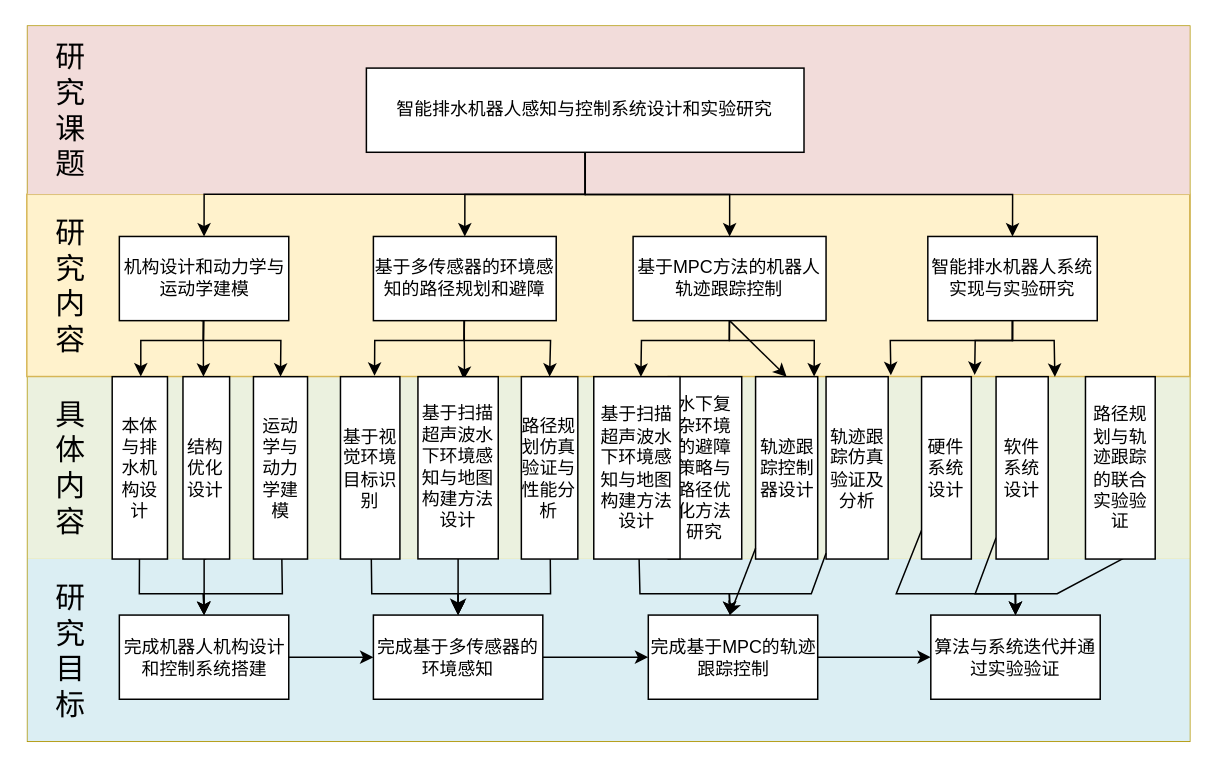
This is lcy.drawio from lcy958756276-dev/my_llm_training, a draw.io file, before an edit. Source tidied: cells renumbered, new cells numbered last; positions are measured from the earlier drawing's top-left corner, leaving out a move shared by most shapes. Both pictures are drawn from the tidied source at 149%, with x=0, y=0 at pixel (25, 25).
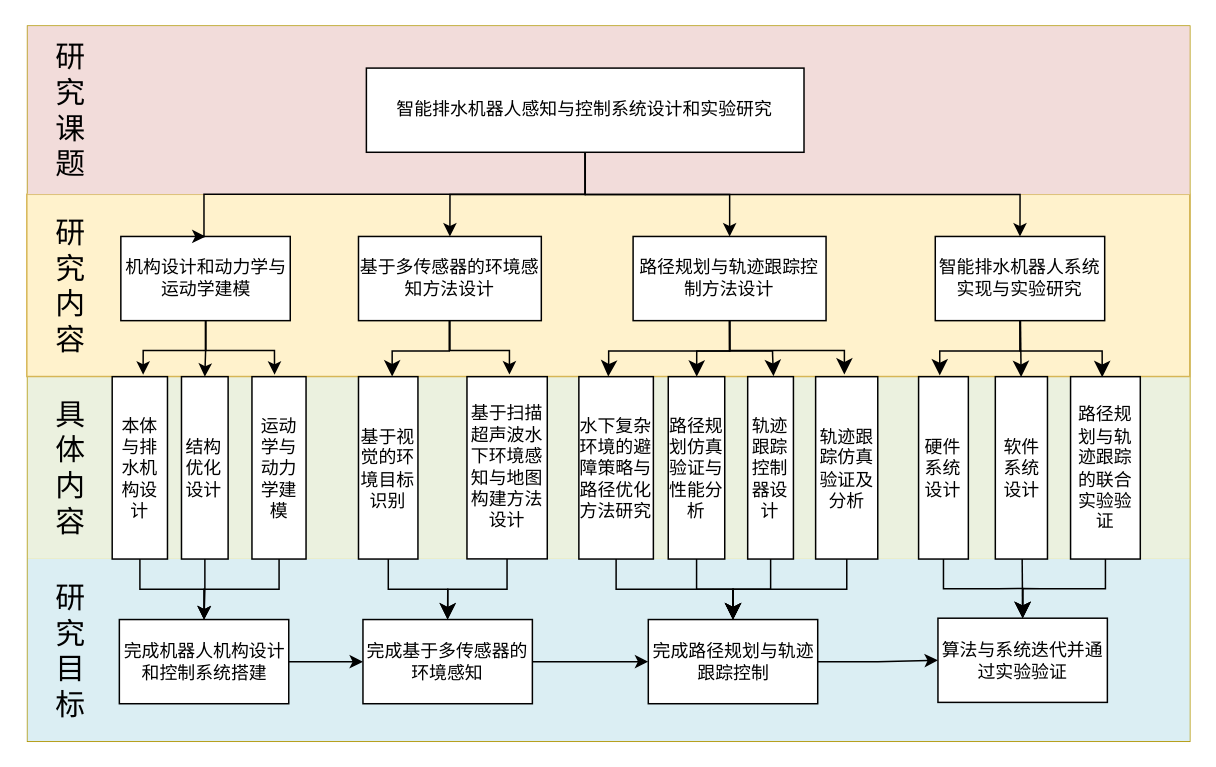
Above is the later version.

Unchanged cells that the change refers to:
```xml
<mxCell id="2" style="group;fillColor=#e3c800;fontColor=#000000;strokeColor=#B09500;" parent="1" vertex="1">
  <mxGeometry x="1" width="780" height="480" as="geometry" />
</mxCell>
<mxCell id="5" style="rounded=0;whiteSpace=wrap;html=1;fillColor=#fff2cc;strokeColor=#d6b656;" parent="2" vertex="1">
  <mxGeometry x="-0.5" y="112.9" width="780.5" height="122.3" as="geometry" />
</mxCell>
<mxCell id="12" value="本体与排水机构设计" style="rounded=0;whiteSpace=wrap;html=1;fontFamily=宋体;" parent="2" vertex="1">
  <mxGeometry x="56.8" y="235.3" width="37.1" height="122.4" as="geometry" />
</mxCell>
```

What changed in the source:
```diff
@@
-    <mxCell id="7" style="edgeStyle=orthogonalEdgeStyle;rounded=0;orthogonalLoop=1;jettySize=auto;html=1;entryX=0.5;entryY=0;entryDx=0;entryDy=0;" parent="2" edge="1">
-      <mxGeometry relative="1" as="geometry">
-        <mxPoint x="116.4" y="197.6" as="sourcePoint" />
-        <mxPoint x="118" y="235.3" as="targetPoint" />
-        <Array as="points">
-          <mxPoint x="118" y="198" />
-        </Array>
-      </mxGeometry>
-    </mxCell>
+    <mxCell id="64" style="edgeStyle=orthogonalEdgeStyle;rounded=0;jettySize=auto;html=1;entryX=0.5;entryY=0;entryDx=0;entryDy=0;" parent="2" edge="1" source="8" target="10">
+      <mxGeometry relative="1" as="geometry" />
+    </mxCell>
     <mxCell id="8" value="&lt;span&gt;&lt;span&gt;&lt;span style=&quot;&quot; class=&quot;citation-511&quot;&gt;机构设计和动力学与运动学建模&lt;/span&gt;&lt;/span&gt;&lt;/span&gt;" style="rounded=0;whiteSpace=wrap;html=1;fontFamily=宋体;" parent="2" vertex="1">
-      <mxGeometry x="61.6" y="141.2" width="113.7" height="56.5" as="geometry" />
+      <mxGeometry x="62.6" y="141.2" width="113.7" height="56.5" as="geometry" />
     </mxCell>
-    <mxCell id="9" style="edgeStyle=orthogonalEdgeStyle;rounded=0;jettySize=auto;html=1;exitX=0.5;exitY=1;exitDx=0;exitDy=0;" parent="2" edge="1" source="10">
-      <mxGeometry relative="1" as="geometry">
-        <mxPoint x="118.5" y="395.3" as="targetPoint" />
-      </mxGeometry>
-    </mxCell>
+    <mxCell id="65" style="edgeStyle=orthogonalEdgeStyle;rounded=0;jettySize=auto;html=1;entryX=0.5;entryY=0;entryDx=0;entryDy=0;" parent="2" edge="1" source="10" target="36">
+      <mxGeometry relative="1" as="geometry" />
+    </mxCell>
     <mxCell id="10" value="结构优化设计" style="rounded=0;whiteSpace=wrap;html=1;fontFamily=宋体;" parent="2" vertex="1">
-      <mxGeometry x="104.3" y="235.3" width="31.3" height="122.4" as="geometry" />
+      <mxGeometry x="103.3" y="235.3" width="31.3" height="122.4" as="geometry" />
     </mxCell>
-    <mxCell id="11" style="edgeStyle=none;rounded=0;jettySize=auto;html=1;entryX=0.5;entryY=0;entryDx=0;entryDy=0;elbow=vertical;" parent="2" edge="1" source="12" target="36">
-      <mxGeometry relative="1" as="geometry">
-        <Array as="points">
-          <mxPoint x="75" y="381" />
-          <mxPoint x="118" y="381" />
-        </Array>
-      </mxGeometry>
+    <mxCell id="11" style="edgeStyle=orthogonalEdgeStyle;rounded=0;jettySize=auto;html=1;entryX=0.5;entryY=0;entryDx=0;entryDy=0;" parent="2" edge="1" source="12" target="36">
+      <mxGeometry relative="1" as="geometry" />
     </mxCell>
@@
-    <mxCell id="13" style="edgeStyle=none;rounded=0;jettySize=auto;html=1;entryX=0.5;entryY=0;entryDx=0;entryDy=0;elbow=vertical;" parent="2" edge="1" source="14" target="36">
-      <mxGeometry relative="1" as="geometry">
-        <Array as="points">
-          <mxPoint x="171" y="381" />
-          <mxPoint x="118" y="381" />
-        </Array>
-      </mxGeometry>
+    <mxCell id="13" style="edgeStyle=orthogonalEdgeStyle;rounded=0;jettySize=auto;html=1;entryX=0.5;entryY=0;entryDx=0;entryDy=0;" parent="2" edge="1" source="14" target="36">
+      <mxGeometry relative="1" as="geometry" />
     </mxCell>
     <mxCell id="14" value="运动学与动力学建模" style="rounded=0;whiteSpace=wrap;html=1;fontFamily=宋体;" parent="2" vertex="1">
-      <mxGeometry x="151.6" y="235.3" width="36.3" height="122.4" as="geometry" />
+      <mxGeometry x="150.6" y="235.3" width="36.3" height="122.4" as="geometry" />
     </mxCell>
-    <mxCell id="15" style="edgeStyle=orthogonalEdgeStyle;rounded=0;orthogonalLoop=1;jettySize=auto;html=1;entryX=0.408;entryY=1.016;entryDx=0;entryDy=0;entryPerimeter=0;" parent="2" edge="1">
-      <mxGeometry relative="1" as="geometry">
-        <mxPoint x="293.1" y="190" as="sourcePoint" />
-        <mxPoint x="292.7" y="237.3" as="targetPoint" />
-        <Array as="points">
-          <mxPoint x="293.2" y="210" />
-          <mxPoint x="293.2" y="210" />
-          <mxPoint x="293.2" y="229" />
-          <mxPoint x="293.2" y="229" />
-        </Array>
-      </mxGeometry>
-    </mxCell>
-    <mxCell id="16" style="edgeStyle=none;rounded=0;jettySize=auto;html=1;entryX=0.5;entryY=0;entryDx=0;entryDy=0;elbow=vertical;" parent="2" edge="1" source="17" target="22">
-      <mxGeometry relative="1" as="geometry">
-        <Array as="points">
-          <mxPoint x="293" y="211" />
-          <mxPoint x="351" y="211" />
-        </Array>
-      </mxGeometry>
-    </mxCell>
-    <mxCell id="17" value="基于多传感器的环境感知的路径规划和避障" style="rounded=0;whiteSpace=wrap;html=1;fontFamily=宋体;" parent="2" vertex="1">
-      <mxGeometry x="232.1" y="141.2" width="122.7" height="56.5" as="geometry" />
+    <mxCell id="17" value="基于多传感器的环境感知方法设计" style="rounded=0;whiteSpace=wrap;html=1;fontFamily=宋体;" parent="2" vertex="1">
+      <mxGeometry x="222.1" y="141.2" width="122.7" height="56.5" as="geometry" />
     </mxCell>
-    <mxCell id="18" value="水下复杂环境的避障策略与路径优化方法研究" style="rounded=0;whiteSpace=wrap;html=1;fontFamily=宋体;" parent="2" vertex="1">
-      <mxGeometry x="430" y="235.3" width="49.3" height="122.4" as="geometry" />
-    </mxCell>
-    <mxCell id="19" style="edgeStyle=none;rounded=0;jettySize=auto;html=1;entryX=0.5;entryY=0;entryDx=0;entryDy=0;elbow=vertical;" parent="2" edge="1" source="20" target="38">
-      <mxGeometry relative="1" as="geometry">
-        <Array as="points">
-          <mxPoint x="231" y="381" />
-          <mxPoint x="289" y="381" />
-        </Array>
-      </mxGeometry>
+    <mxCell id="19" style="edgeStyle=orthogonalEdgeStyle;rounded=0;jettySize=auto;html=1;entryX=0.5;entryY=0;entryDx=0;entryDy=0;fontSize=12;startSize=8;endSize=8;" parent="2" edge="1" source="20" target="38">
+      <mxGeometry relative="1" as="geometry" />
     </mxCell>
-    <mxCell id="20" value="基于视觉环境目标识别" style="rounded=0;whiteSpace=wrap;html=1;fontFamily=宋体;" parent="2" vertex="1">
-      <mxGeometry x="210" y="235.3" width="39.9" height="122.4" as="geometry" />
+    <mxCell id="20" value="基于视觉的环境目标识别" style="rounded=0;whiteSpace=wrap;html=1;fontFamily=宋体;" parent="2" vertex="1">
+      <mxGeometry x="222.1" y="235.3" width="39.9" height="122.4" as="geometry" />
     </mxCell>
-    <mxCell id="21" style="edgeStyle=none;rounded=0;jettySize=auto;html=1;entryX=0.5;entryY=0;entryDx=0;entryDy=0;elbow=vertical;" parent="2" edge="1" source="22" target="38">
-      <mxGeometry relative="1" as="geometry">
-        <Array as="points">
-          <mxPoint x="351" y="381" />
-          <mxPoint x="289" y="381" />
-        </Array>
-      </mxGeometry>
-    </mxCell>
-    <mxCell id="22" value="路径规划仿真验证与性能分析" style="rounded=0;whiteSpace=wrap;html=1;fontFamily=宋体;" parent="2" vertex="1">
-      <mxGeometry x="331.4" y="235.3" width="37.9" height="122.4" as="geometry" />
-    </mxCell>
+    <mxCell id="66" style="edgeStyle=orthogonalEdgeStyle;rounded=0;jettySize=auto;html=1;entryX=0.5;entryY=1;entryDx=0;entryDy=0;fontSize=12;startSize=8;endSize=8;" parent="2" edge="1" source="23" target="5">
+      <mxGeometry relative="1" as="geometry">
+        <Array as="points">
+          <mxPoint x="471" y="218" />
+          <mxPoint x="390" y="218" />
+          <mxPoint x="390" y="230" />
+        </Array>
+      </mxGeometry>
+    </mxCell>
-    <mxCell id="23" value="基于MPC方法的机器人轨迹跟踪控制" style="rounded=0;whiteSpace=wrap;html=1;fontFamily=宋体;" parent="2" vertex="1">
+    <mxCell id="23" value="路径规划与轨迹跟踪控制方法设计" style="rounded=0;whiteSpace=wrap;html=1;fontFamily=宋体;" parent="2" vertex="1">
       <mxGeometry x="406.4" y="141.2" width="129.5" height="56.5" as="geometry" />
     </mxCell>
+    <mxCell id="53" style="edgeStyle=orthogonalEdgeStyle;rounded=0;jettySize=auto;html=1;entryX=0.5;entryY=0;entryDx=0;entryDy=0;fontSize=12;startSize=8;endSize=8;" parent="2" edge="1" source="24" target="40">
+      <mxGeometry relative="1" as="geometry" />
+    </mxCell>
     <mxCell id="24" value="轨迹跟踪控制器设计" style="rounded=0;whiteSpace=wrap;html=1;fontFamily=宋体;" parent="2" vertex="1">
-      <mxGeometry x="488.6" y="235.3" width="41.7" height="122.4" as="geometry" />
+      <mxGeometry x="483.3" y="235.3" width="30.7" height="122.4" as="geometry" />
     </mxCell>
-    <mxCell id="25" style="edgeStyle=none;rounded=0;jettySize=auto;html=1;entryX=0.483;entryY=-0.002;entryDx=0;entryDy=0;elbow=vertical;entryPerimeter=0;" parent="2" edge="1" source="26" target="40">
-      <mxGeometry relative="1" as="geometry">
-        <Array as="points">
-          <mxPoint x="411" y="381" />
-          <mxPoint x="471" y="381" />
-        </Array>
-      </mxGeometry>
+    <mxCell id="25" style="edgeStyle=orthogonalEdgeStyle;rounded=0;jettySize=auto;html=1;entryX=0.5;entryY=0;entryDx=0;entryDy=0;fontSize=12;startSize=8;endSize=8;" parent="2" edge="1" source="26" target="40">
+      <mxGeometry relative="1" as="geometry" />
     </mxCell>
-    <mxCell id="26" value="基于扫描超声波水下环境感知与地图构建方法设计" style="rounded=0;whiteSpace=wrap;html=1;fontFamily=宋体;" parent="2" vertex="1">
-      <mxGeometry x="380" y="235.3" width="57.9" height="122.4" as="geometry" />
+    <mxCell id="26" value="水下复杂环境的避障策略与路径优化方法研究" style="rounded=0;whiteSpace=wrap;html=1;fontFamily=宋体;" parent="2" vertex="1">
+      <mxGeometry x="370" y="235.3" width="50" height="122.4" as="geometry" />
     </mxCell>
-    <mxCell id="27" style="edgeStyle=none;rounded=0;jettySize=auto;html=1;entryX=0.743;entryY=0.993;entryDx=0;entryDy=0;elbow=vertical;entryPerimeter=0;" parent="2" edge="1" source="28" target="5">
-      <mxGeometry relative="1" as="geometry">
-        <Array as="points">
-          <mxPoint x="661" y="211" />
-          <mxPoint x="579" y="211" />
-        </Array>
-      </mxGeometry>
-    </mxCell>
     <mxCell id="28" value="智能排水机器人系统实现与实验研究" style="rounded=0;whiteSpace=wrap;html=1;fontFamily=宋体;" parent="2" vertex="1">
-      <mxGeometry x="604.2" y="141.2" width="113.7" height="56.5" as="geometry" />
+      <mxGeometry x="609.2" y="141.2" width="113.7" height="56.5" as="geometry" />
     </mxCell>
-    <mxCell id="29" style="edgeStyle=none;rounded=0;jettySize=auto;html=1;entryX=0.5;entryY=0;entryDx=0;entryDy=0;elbow=vertical;" parent="2" edge="1" source="30" target="41">
-      <mxGeometry relative="1" as="geometry">
-        <Array as="points">
-          <mxPoint x="636" y="381" />
-          <mxPoint x="663" y="381" />
-        </Array>
-      </mxGeometry>
+    <mxCell id="29" style="edgeStyle=none;curved=1;rounded=0;jettySize=auto;html=1;entryX=0.5;entryY=0;entryDx=0;entryDy=0;fontSize=12;startSize=8;endSize=8;" parent="2" edge="1" source="30" target="41">
+      <mxGeometry relative="1" as="geometry" />
     </mxCell>
     <mxCell id="30" value="软件系统设计" style="rounded=0;whiteSpace=wrap;html=1;fontFamily=宋体;" parent="2" vertex="1">
-      <mxGeometry x="650" y="235.3" width="35" height="122.4" as="geometry" />
+      <mxGeometry x="649.5" y="235.3" width="35" height="122.4" as="geometry" />
     </mxCell>
-    <mxCell id="31" style="edgeStyle=none;rounded=0;jettySize=auto;html=1;entryX=0.5;entryY=0;entryDx=0;entryDy=0;elbow=vertical;" parent="2" edge="1" source="32" target="41">
-      <mxGeometry relative="1" as="geometry">
-        <Array as="points">
-          <mxPoint x="583" y="381" />
-          <mxPoint x="663" y="381" />
-        </Array>
-      </mxGeometry>
+    <mxCell id="31" style="edgeStyle=orthogonalEdgeStyle;rounded=0;jettySize=auto;html=1;entryX=0.5;entryY=0;entryDx=0;entryDy=0;fontSize=12;startSize=8;endSize=8;" parent="2" edge="1" source="32" target="41">
+      <mxGeometry relative="1" as="geometry" />
     </mxCell>
     <mxCell id="32" value="硬件系统设计" style="rounded=0;whiteSpace=wrap;html=1;fontFamily=宋体;" parent="2" vertex="1">
-      <mxGeometry x="600" y="235.3" width="33.4" height="122.4" as="geometry" />
+      <mxGeometry x="598" y="235.3" width="33.4" height="122.4" as="geometry" />
     </mxCell>
-    <mxCell id="33" style="edgeStyle=none;rounded=0;jettySize=auto;html=1;entryX=0.5;entryY=0;entryDx=0;entryDy=0;elbow=vertical;exitX=0.565;exitY=0.992;exitDx=0;exitDy=0;exitPerimeter=0;" parent="2" edge="1" source="34" target="41">
-      <mxGeometry relative="1" as="geometry">
-        <Array as="points">
-          <mxPoint x="691" y="381" />
-          <mxPoint x="663" y="381" />
-        </Array>
-      </mxGeometry>
+    <mxCell id="33" style="edgeStyle=orthogonalEdgeStyle;rounded=0;jettySize=auto;html=1;entryX=0.5;entryY=0;entryDx=0;entryDy=0;fontSize=12;startSize=8;endSize=8;" parent="2" edge="1" source="34" target="41">
+      <mxGeometry relative="1" as="geometry" />
     </mxCell>
     <mxCell id="34" value="路径规划与轨迹跟踪的联合实验验证" style="rounded=0;whiteSpace=wrap;html=1;fontFamily=宋体;" parent="2" vertex="1">
-      <mxGeometry x="710" y="235.3" width="46.8" height="122.4" as="geometry" />
+      <mxGeometry x="700" y="235.3" width="46.8" height="122.4" as="geometry" />
     </mxCell>
@@
     <mxCell id="36" value="完成机器人机构设计和控制系统搭建" style="rounded=0;whiteSpace=wrap;html=1;fontFamily=宋体;" parent="2" vertex="1">
-      <mxGeometry x="61.6" y="395.3" width="113.7" height="56.5" as="geometry" />
+      <mxGeometry x="61.6" y="398.3" width="113.7" height="56.5" as="geometry" />
     </mxCell>
@@
     <mxCell id="38" value="完成基于多传感器的环境感知" style="rounded=0;whiteSpace=wrap;html=1;fontFamily=宋体;" parent="2" vertex="1">
-      <mxGeometry x="232.1" y="395.3" width="113.7" height="56.5" as="geometry" />
+      <mxGeometry x="225.1" y="398.3" width="113.7" height="56.5" as="geometry" />
     </mxCell>
@@
-    <mxCell id="40" value="完成基于MPC的轨迹跟踪控制" style="rounded=0;whiteSpace=wrap;html=1;fontFamily=宋体;" parent="2" vertex="1">
-      <mxGeometry x="416.6" y="395.3" width="113.7" height="56.5" as="geometry" />
+    <mxCell id="40" value="完成路径规划与轨迹跟踪控制" style="rounded=0;whiteSpace=wrap;html=1;fontFamily=宋体;" parent="2" vertex="1">
+      <mxGeometry x="416.6" y="398.3" width="113.7" height="56.5" as="geometry" />
     </mxCell>
     <mxCell id="41" value="算法与系统迭代并通过实验验证" style="rounded=0;whiteSpace=wrap;html=1;fontFamily=宋体;" parent="2" vertex="1">
-      <mxGeometry x="606.2" y="395.3" width="113.7" height="56.5" as="geometry" />
+      <mxGeometry x="611" y="397.4" width="113.7" height="56.5" as="geometry" />
     </mxCell>
@@
+    <mxCell id="54" style="edgeStyle=orthogonalEdgeStyle;rounded=0;jettySize=auto;html=1;entryX=0.5;entryY=0;entryDx=0;entryDy=0;fontSize=12;startSize=8;endSize=8;" parent="2" edge="1" source="51" target="40">
+      <mxGeometry relative="1" as="geometry" />
+    </mxCell>
     <mxCell id="51" value="轨迹跟踪仿真验证及分析" style="rounded=0;whiteSpace=wrap;html=1;fontFamily=宋体;" parent="2" vertex="1">
-      <mxGeometry x="535.9" y="235.3" width="41.7" height="122.4" as="geometry" />
+      <mxGeometry x="528.9" y="235.3" width="41.7" height="122.4" as="geometry" />
     </mxCell>
-    <mxCell id="52" style="endArrow=classic;html=1;rounded=0;exitX=0.5;exitY=1;exitDx=0;exitDy=0;entryX=0.5;entryY=0;entryDx=0;entryDy=0;" parent="2" edge="1" source="23" target="24">
-      <mxGeometry relative="1" as="geometry" />
-    </mxCell>
-    <mxCell id="53" style="edgeStyle=none;rounded=0;jettySize=auto;html=1;entryX=0.48;entryY=0.003;entryDx=0;entryDy=0;entryPerimeter=0;elbow=vertical;" parent="2" edge="1" source="24" target="40">
-      <mxGeometry relative="1" as="geometry" />
-    </mxCell>
-    <mxCell id="54" style="edgeStyle=none;rounded=0;jettySize=auto;html=1;entryX=0.482;entryY=-0.002;entryDx=0;entryDy=0;entryPerimeter=0;elbow=vertical;" parent="2" edge="1" source="51" target="40">
-      <mxGeometry relative="1" as="geometry">
-        <Array as="points">
-          <mxPoint x="526" y="381" />
-          <mxPoint x="471" y="381" />
-        </Array>
-      </mxGeometry>
-    </mxCell>
-    <mxCell id="55" style="edgeStyle=none;rounded=0;jettySize=auto;html=1;entryX=0.528;entryY=1.002;entryDx=0;entryDy=0;entryPerimeter=0;elbow=vertical;" parent="2" edge="1" source="23" target="5">
-      <mxGeometry relative="1" as="geometry">
-        <Array as="points">
-          <mxPoint x="471" y="211" />
-          <mxPoint x="412" y="211" />
-        </Array>
-      </mxGeometry>
-    </mxCell>
-    <mxCell id="56" style="edgeStyle=none;rounded=0;jettySize=auto;html=1;entryX=0.677;entryY=1;entryDx=0;entryDy=0;entryPerimeter=0;elbow=vertical;" parent="2" edge="1" source="23" target="5">
-      <mxGeometry relative="1" as="geometry">
-        <Array as="points">
-          <mxPoint x="471" y="211" />
-          <mxPoint x="528" y="211" />
-        </Array>
-      </mxGeometry>
-    </mxCell>
-    <mxCell id="57" style="edgeStyle=none;rounded=0;jettySize=auto;html=1;entryX=0.098;entryY=1;entryDx=0;entryDy=0;entryPerimeter=0;elbow=vertical;" parent="2" edge="1" source="8" target="5">
-      <mxGeometry relative="1" as="geometry">
-        <Array as="points">
-          <mxPoint x="118" y="211" />
-          <mxPoint x="76" y="211" />
-        </Array>
-      </mxGeometry>
-    </mxCell>
-    <mxCell id="58" style="edgeStyle=none;rounded=0;jettySize=auto;html=1;entryX=0.5;entryY=0;entryDx=0;entryDy=0;elbow=vertical;" parent="2" edge="1" source="8" target="14">
-      <mxGeometry relative="1" as="geometry">
-        <Array as="points">
-          <mxPoint x="118" y="211" />
-          <mxPoint x="170" y="211" />
-        </Array>
-      </mxGeometry>
-    </mxCell>
-    <mxCell id="59" style="edgeStyle=none;rounded=0;jettySize=auto;html=1;entryX=0.299;entryY=0.996;entryDx=0;entryDy=0;entryPerimeter=0;elbow=vertical;" parent="2" edge="1" source="17" target="5">
-      <mxGeometry relative="1" as="geometry">
-        <Array as="points">
-          <mxPoint x="293" y="211" />
-          <mxPoint x="233" y="211" />
-        </Array>
-      </mxGeometry>
-    </mxCell>
-    <mxCell id="60" style="edgeStyle=none;rounded=0;jettySize=auto;html=1;entryX=0.815;entryY=0.991;entryDx=0;entryDy=0;entryPerimeter=0;elbow=vertical;" parent="2" edge="1" source="28" target="5">
-      <mxGeometry relative="1" as="geometry">
-        <Array as="points">
-          <mxPoint x="661" y="211" />
-          <mxPoint x="636" y="211" />
-        </Array>
-      </mxGeometry>
-    </mxCell>
-    <mxCell id="61" style="edgeStyle=none;rounded=0;jettySize=auto;html=1;entryX=0.884;entryY=1.002;entryDx=0;entryDy=0;entryPerimeter=0;elbow=vertical;" parent="2" edge="1" source="28" target="5">
-      <mxGeometry relative="1" as="geometry">
-        <Array as="points">
-          <mxPoint x="661" y="211" />
-          <mxPoint x="689" y="211" />
-        </Array>
-      </mxGeometry>
-    </mxCell>
-    <mxCell id="62" style="edgeStyle=none;curved=1;rounded=0;jettySize=auto;html=1;fontSize=12;startSize=8;endSize=8;" parent="2" edge="1" source="63" target="38">
+    <mxCell id="62" style="edgeStyle=orthogonalEdgeStyle;rounded=0;jettySize=auto;html=1;entryX=0.5;entryY=0;entryDx=0;entryDy=0;fontSize=12;startSize=8;endSize=8;" parent="2" edge="1" source="63" target="38">
       <mxGeometry relative="1" as="geometry" />
     </mxCell>
     <mxCell id="63" value="基于扫描超声波水下环境感知与地图构建方法设计" style="rounded=0;whiteSpace=wrap;html=1;fontFamily=宋体;" parent="2" vertex="1">
-      <mxGeometry x="262" y="235.3" width="53.9" height="122.3" as="geometry" />
+      <mxGeometry x="294.9" y="235.3" width="53.9" height="122.3" as="geometry" />
     </mxCell>
+    <mxCell id="67" style="edgeStyle=orthogonalEdgeStyle;rounded=0;orthogonalLoop=1;jettySize=auto;html=1;entryX=0.327;entryY=0.999;entryDx=0;entryDy=0;entryPerimeter=0;fontSize=12;startSize=8;endSize=8;" parent="2" edge="1">
+      <mxGeometry relative="1" as="geometry">
+        <mxPoint x="283" y="197.6" as="sourcePoint" />
+        <mxPoint x="244.7" y="235.2" as="targetPoint" />
+        <Array as="points">
+          <mxPoint x="283" y="218" />
+          <mxPoint x="245" y="218" />
+        </Array>
+      </mxGeometry>
+    </mxCell>
+    <mxCell id="68" style="edgeStyle=orthogonalEdgeStyle;rounded=0;jettySize=auto;html=1;entryX=0.5;entryY=0;entryDx=0;entryDy=0;fontSize=12;startSize=8;endSize=8;" parent="2" edge="1" source="22" target="40">
+      <mxGeometry relative="1" as="geometry" />
+    </mxCell>
+    <mxCell id="22" value="路径规划仿真验证与性能分析" style="rounded=0;whiteSpace=wrap;html=1;fontFamily=宋体;" parent="2" vertex="1">
+      <mxGeometry x="430" y="235.3" width="37.9" height="122.4" as="geometry" />
+    </mxCell>
+    <mxCell id="69" style="edgeStyle=orthogonalEdgeStyle;rounded=0;jettySize=auto;html=1;entryX=0.576;entryY=1.001;entryDx=0;entryDy=0;entryPerimeter=0;fontSize=12;startSize=8;endSize=8;exitX=0.5;exitY=1;exitDx=0;exitDy=0;" parent="2" edge="1" source="23" target="5">
+      <mxGeometry relative="1" as="geometry">
+        <Array as="points">
+          <mxPoint x="471" y="218" />
+          <mxPoint x="449" y="218" />
+        </Array>
+      </mxGeometry>
+    </mxCell>
+    <mxCell id="70" style="edgeStyle=orthogonalEdgeStyle;rounded=0;jettySize=auto;html=1;entryX=0.642;entryY=0.998;entryDx=0;entryDy=0;entryPerimeter=0;fontSize=12;startSize=8;endSize=8;exitX=0.5;exitY=1;exitDx=0;exitDy=0;" parent="2" edge="1" source="23" target="5">
+      <mxGeometry relative="1" as="geometry">
+        <Array as="points">
+          <mxPoint x="471" y="218" />
+          <mxPoint x="500" y="218" />
+          <mxPoint x="500" y="220" />
+          <mxPoint x="501" y="220" />
+        </Array>
+      </mxGeometry>
+    </mxCell>
+    <mxCell id="71" style="edgeStyle=orthogonalEdgeStyle;rounded=0;jettySize=auto;html=1;entryX=0.703;entryY=0.989;entryDx=0;entryDy=0;entryPerimeter=0;fontSize=12;startSize=8;endSize=8;exitX=0.5;exitY=1;exitDx=0;exitDy=0;" parent="2" edge="1" source="23" target="5">
+      <mxGeometry relative="1" as="geometry" />
+    </mxCell>
+    <mxCell id="72" style="edgeStyle=orthogonalEdgeStyle;rounded=0;jettySize=auto;html=1;entryX=0.785;entryY=0.994;entryDx=0;entryDy=0;entryPerimeter=0;fontSize=12;startSize=8;endSize=8;exitX=0.5;exitY=1;exitDx=0;exitDy=0;" parent="2" edge="1" source="28" target="5">
+      <mxGeometry relative="1" as="geometry">
+        <Array as="points">
+          <mxPoint x="666" y="218" />
+          <mxPoint x="612" y="218" />
+        </Array>
+      </mxGeometry>
+    </mxCell>
+    <mxCell id="73" style="edgeStyle=none;curved=1;rounded=0;jettySize=auto;html=1;entryX=0.855;entryY=1.003;entryDx=0;entryDy=0;entryPerimeter=0;fontSize=12;startSize=8;endSize=8;" parent="2" edge="1" source="28" target="5">
+      <mxGeometry relative="1" as="geometry" />
+    </mxCell>
+    <mxCell id="74" style="edgeStyle=orthogonalEdgeStyle;rounded=0;jettySize=auto;html=1;entryX=0.454;entryY=0.003;entryDx=0;entryDy=0;entryPerimeter=0;fontSize=12;startSize=8;endSize=8;exitX=0.5;exitY=1;exitDx=0;exitDy=0;" parent="2" edge="1" source="28" target="34">
+      <mxGeometry relative="1" as="geometry">
+        <Array as="points">
+          <mxPoint x="666" y="218" />
+          <mxPoint x="721" y="218" />
+        </Array>
+      </mxGeometry>
+    </mxCell>
+    <mxCell id="59" style="edgeStyle=orthogonalEdgeStyle;rounded=0;jettySize=auto;html=1;entryX=0.415;entryY=0.989;entryDx=0;entryDy=0;entryPerimeter=0;" parent="2" edge="1" source="17" target="5">
+      <mxGeometry relative="1" as="geometry" />
+    </mxCell>
+    <mxCell id="75" style="edgeStyle=orthogonalEdgeStyle;rounded=0;jettySize=auto;html=1;entryX=0.1;entryY=0.99;entryDx=0;entryDy=0;entryPerimeter=0;" parent="2" edge="1" source="8" target="5">
+      <mxGeometry relative="1" as="geometry" />
+    </mxCell>
+    <mxCell id="76" style="edgeStyle=orthogonalEdgeStyle;rounded=0;jettySize=auto;html=1;entryX=0.213;entryY=0.99;entryDx=0;entryDy=0;entryPerimeter=0;" parent="2" edge="1" source="8" target="5">
+      <mxGeometry relative="1" as="geometry" />
+    </mxCell>
```
